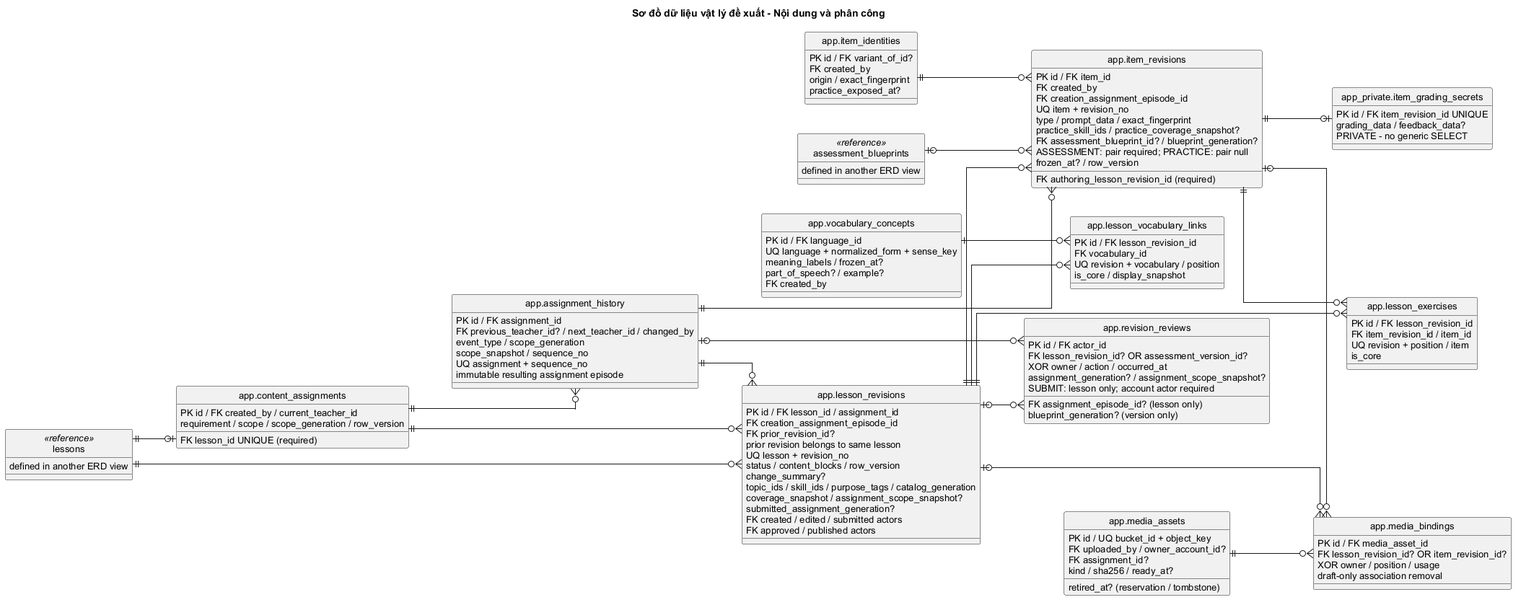
The PlantUML diagram docs/design/physical/physical-erd-content.png in PhamNguyenThanhTung/lingora-workspace, before a commit.
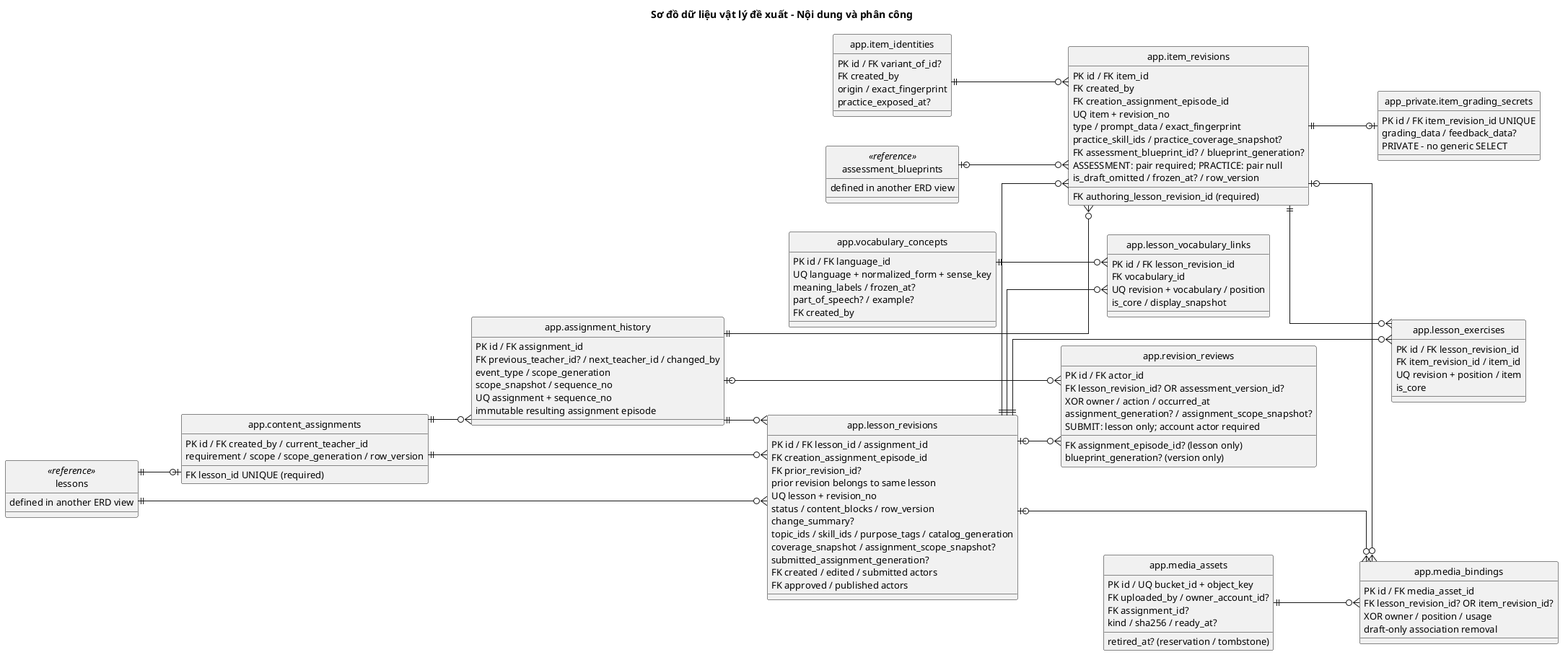
The same diagram one commit later.

Diff of the diagram source:
```diff
@@ -53,7 +53,7 @@
   FK authoring_lesson_revision_id (required)
   FK assessment_blueprint_id? / blueprint_generation?
   ASSESSMENT: pair required; PRACTICE: pair null
-  frozen_at? / row_version
+  is_draft_omitted / frozen_at? / row_version
 }
 entity "app_private.item_grading_secrets" as item_grading_secrets {
   PK id / FK item_revision_id UNIQUE
```
